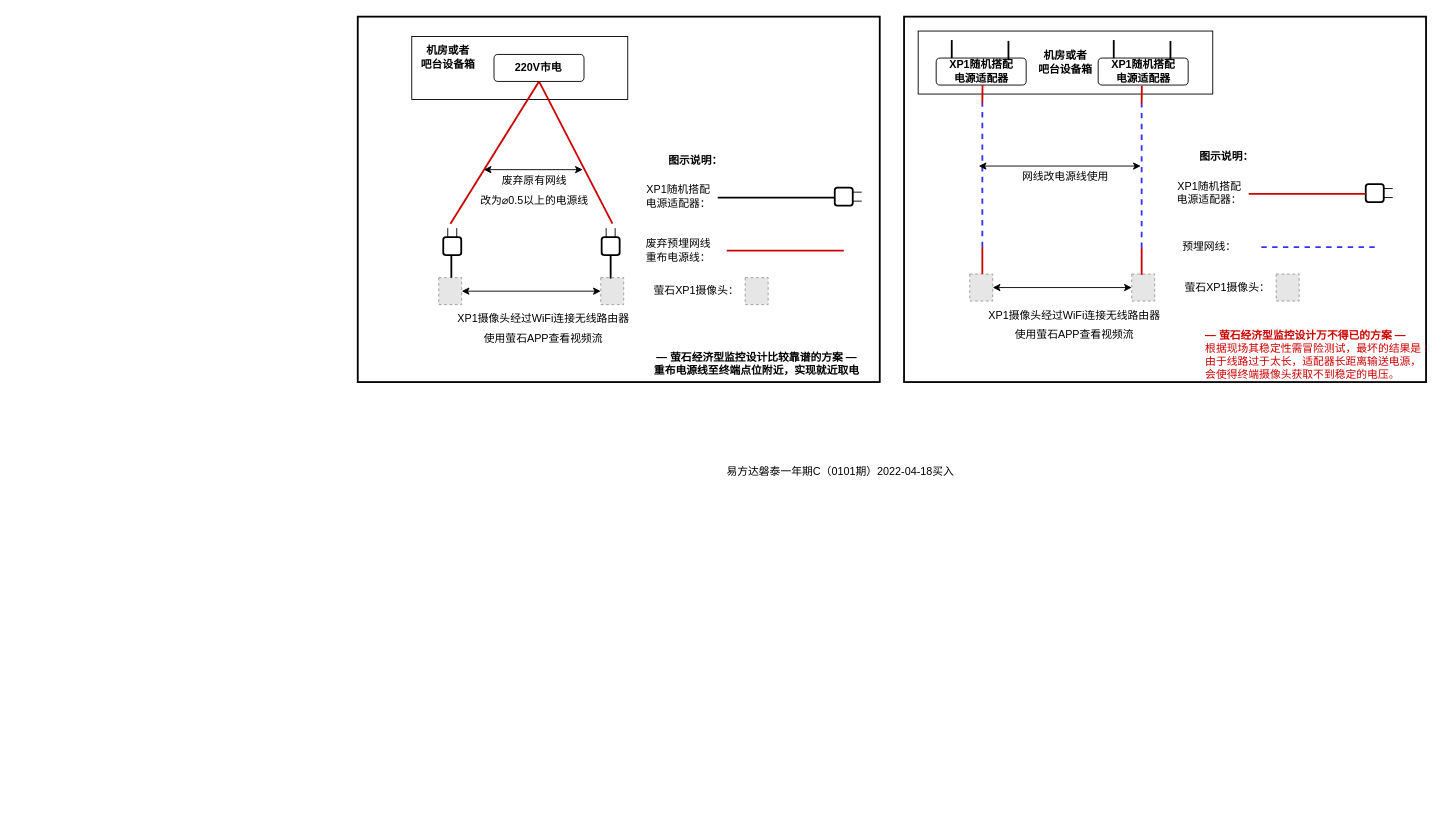
This is 萤石XP1网线当电源线的使用方案.drawio from UTOUUCENTER-CD/Aqara, a draw.io file, before an edit. Source tidied: cells renumbered, new cells numbered last; positions are measured from the earlier drawing's top-left corner, leaving out a move shared by most shapes. Both pictures are drawn from the tidied source at 90%, with x=0, y=0 at pixel (357, 16). Pictures stored in the file or linked from it are replaced by grey dashed boxes.
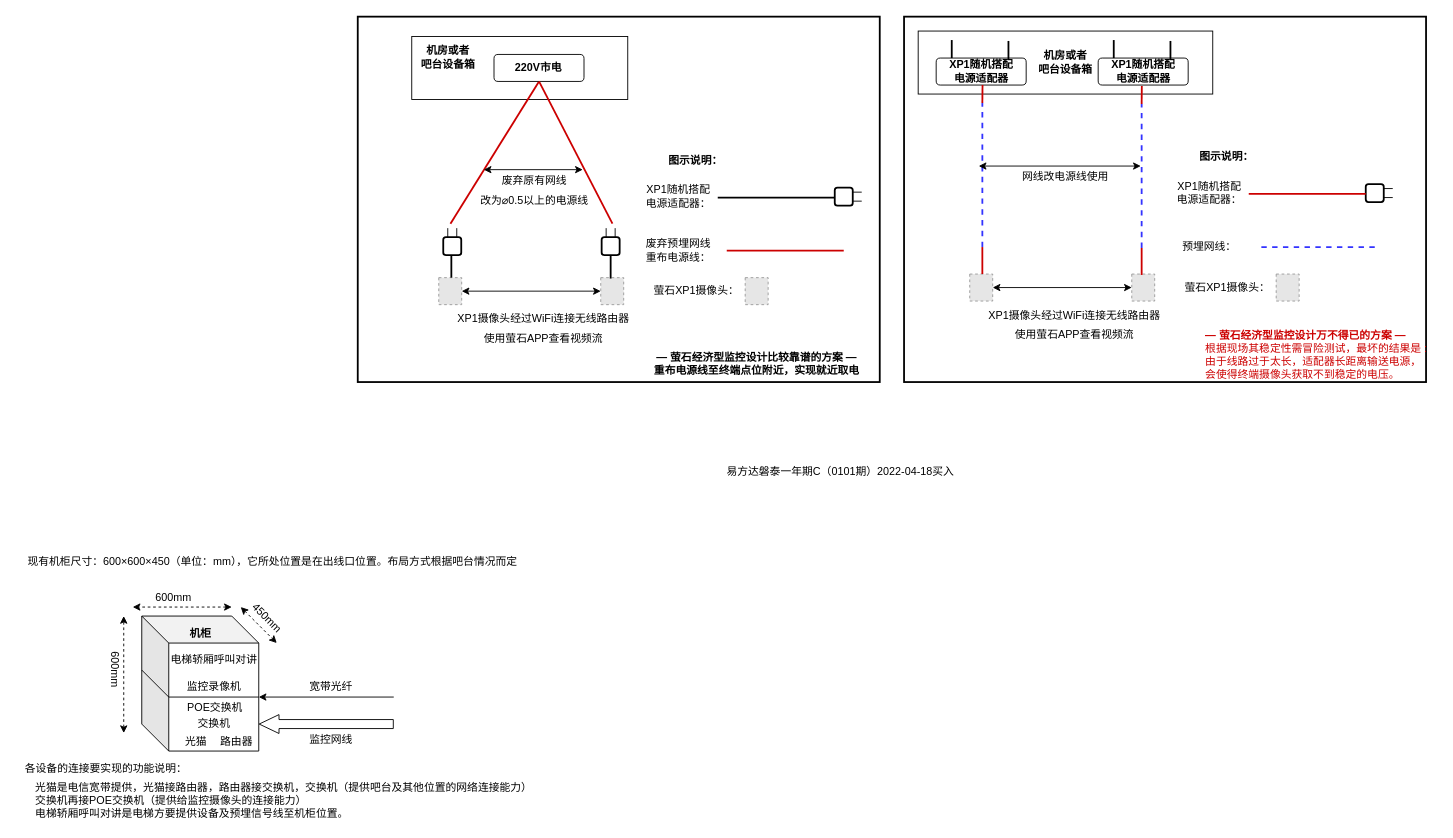
After the change.

Commit message:
Update 萤石XP1网线当电源线的使用方案.drawio

The edit, as a diff of the source:
```diff
@@
+    <mxCell id="70" style="shape=cube;whiteSpace=wrap;html=1;boundedLbl=1;backgroundOutline=1;darkOpacity=0.05;darkOpacity2=0.1;size=30;" parent="1" vertex="1">
+      <mxGeometry x="-240" y="666" width="130" height="150" as="geometry" />
+    </mxCell>
+    <mxCell id="71" style="endArrow=none;html=1;rounded=0;entryX=0;entryY=0;entryDx=130;entryDy=90;entryPerimeter=0;" parent="1" edge="1" target="70">
+      <mxGeometry relative="1" as="geometry">
+        <mxPoint x="-210" y="756" as="sourcePoint" />
+      </mxGeometry>
+    </mxCell>
+    <mxCell id="72" style="endArrow=none;html=1;rounded=0;exitX=0;exitY=0;exitDx=0;exitDy=60;exitPerimeter=0;" parent="1" edge="1" source="70">
+      <mxGeometry relative="1" as="geometry">
+        <mxPoint x="-210" y="756" as="targetPoint" />
+      </mxGeometry>
+    </mxCell>
+    <mxCell id="73" value="&lt;b&gt;机柜&lt;/b&gt;" style="text;html=1;align=center;verticalAlign=middle;strokeColor=none;fillColor=none;" parent="1" vertex="1">
+      <mxGeometry x="-195" y="676" width="40" height="20" as="geometry" />
+    </mxCell>
+    <mxCell id="74" value="宽带光纤" style="text;html=1;align=center;verticalAlign=middle;strokeColor=none;fillColor=none;" parent="1" vertex="1">
+      <mxGeometry x="-60" y="735" width="60" height="20" as="geometry" />
+    </mxCell>
+    <mxCell id="75" style="shape=flexArrow;endArrow=classic;html=1;rounded=0;endWidth=10;endSize=7;" parent="1" edge="1">
+      <mxGeometry relative="1" as="geometry">
+        <mxPoint x="40" y="786" as="sourcePoint" />
+        <mxPoint x="-110" y="786" as="targetPoint" />
+      </mxGeometry>
+    </mxCell>
+    <mxCell id="76" value="监控网线" style="text;html=1;align=center;verticalAlign=middle;strokeColor=none;fillColor=none;" parent="1" vertex="1">
+      <mxGeometry x="-60" y="794" width="60" height="20" as="geometry" />
+    </mxCell>
+    <mxCell id="77" style="endArrow=classic;html=1;rounded=0;entryX=0;entryY=0;entryDx=130;entryDy=90;entryPerimeter=0;" parent="1" edge="1" target="70">
+      <mxGeometry relative="1" as="geometry">
+        <mxPoint x="40" y="756" as="sourcePoint" />
+      </mxGeometry>
+    </mxCell>
+    <mxCell id="78" value="监控录像机" style="text;html=1;align=center;verticalAlign=middle;strokeColor=none;fillColor=none;" parent="1" vertex="1">
+      <mxGeometry x="-200" y="735" width="80" height="20" as="geometry" />
+    </mxCell>
+    <mxCell id="79" value="交换机" style="text;html=1;align=center;verticalAlign=middle;strokeColor=none;fillColor=none;" parent="1" vertex="1">
+      <mxGeometry x="-185" y="776" width="50" height="20" as="geometry" />
+    </mxCell>
+    <mxCell id="80" value="路由器" style="text;html=1;align=center;verticalAlign=middle;strokeColor=none;fillColor=none;" parent="1" vertex="1">
+      <mxGeometry x="-160" y="796" width="50" height="20" as="geometry" />
+    </mxCell>
+    <mxCell id="81" value="光猫" style="text;html=1;align=center;verticalAlign=middle;strokeColor=none;fillColor=none;" parent="1" vertex="1">
+      <mxGeometry x="-200" y="796" width="40" height="20" as="geometry" />
+    </mxCell>
+    <mxCell id="82" value="电梯轿厢呼叫对讲" style="text;html=1;align=center;verticalAlign=middle;strokeColor=none;fillColor=none;" parent="1" vertex="1">
+      <mxGeometry x="-215" y="705" width="110" height="20" as="geometry" />
+    </mxCell>
+    <mxCell id="83" value="光猫是电信宽带提供，光猫接路由器，路由器接交换机，交换机（提供吧台及其他位置的网络连接能力）&lt;br&gt;交换机再接POE交换机（提供给监控摄像头的连接能力）&lt;br&gt;电梯轿厢呼叫对讲是电梯方要提供设备及预埋信号线至机柜位置。" style="text;html=1;align=left;verticalAlign=middle;strokeColor=none;fillColor=none;" parent="1" vertex="1">
+      <mxGeometry x="-360" y="846" width="570" height="50" as="geometry" />
+    </mxCell>
+    <mxCell id="84" value="POE交换机" style="text;html=1;align=center;verticalAlign=middle;strokeColor=none;fillColor=none;" parent="1" vertex="1">
+      <mxGeometry x="-199" y="758" width="80" height="20" as="geometry" />
+    </mxCell>
+    <mxCell id="85" value="各设备的连接要实现的功能说明：" style="text;html=1;align=center;verticalAlign=middle;strokeColor=none;fillColor=none;" parent="1" vertex="1">
+      <mxGeometry x="-380" y="826" width="200" height="20" as="geometry" />
+    </mxCell>
+    <mxCell id="86" style="endArrow=classic;startArrow=classic;html=1;rounded=0;dashed=1;" parent="1" edge="1">
+      <mxGeometry relative="1" as="geometry">
+        <mxPoint x="-260" y="796" as="sourcePoint" />
+        <mxPoint x="-260" y="666" as="targetPoint" />
+      </mxGeometry>
+    </mxCell>
+    <mxCell id="87" style="endArrow=classic;startArrow=classic;html=1;rounded=0;dashed=1;" parent="1" edge="1">
+      <mxGeometry relative="1" as="geometry">
+        <mxPoint x="-140" y="656" as="sourcePoint" />
+        <mxPoint x="-250" y="656" as="targetPoint" />
+      </mxGeometry>
+    </mxCell>
+    <mxCell id="88" style="endArrow=classic;startArrow=classic;html=1;rounded=0;dashed=1;" parent="1" edge="1">
+      <mxGeometry relative="1" as="geometry">
+        <mxPoint x="-130" y="656" as="sourcePoint" />
+        <mxPoint x="-90" y="696" as="targetPoint" />
+      </mxGeometry>
+    </mxCell>
+    <mxCell id="89" value="600mm" style="text;html=1;align=center;verticalAlign=middle;strokeColor=none;fillColor=none;" parent="1" vertex="1">
+      <mxGeometry x="-235" y="636" width="60" height="20" as="geometry" />
+    </mxCell>
+    <mxCell id="90" value="600mm" style="text;html=1;align=center;verticalAlign=middle;strokeColor=none;fillColor=none;rotation=90;" parent="1" vertex="1">
+      <mxGeometry x="-300" y="715" width="60" height="20" as="geometry" />
+    </mxCell>
+    <mxCell id="91" value="450mm" style="text;html=1;align=center;verticalAlign=middle;strokeColor=none;fillColor=none;rotation=45;" parent="1" vertex="1">
+      <mxGeometry x="-131" y="658" width="60" height="20" as="geometry" />
+    </mxCell>
+    <mxCell id="92" value="现有机柜尺寸：600×600×450（单位：mm），它所处位置是在出线口位置。布局方式根据吧台情况而定" style="text;html=1;align=center;verticalAlign=middle;strokeColor=none;fillColor=none;" parent="1" vertex="1">
+      <mxGeometry x="-380" y="596" width="570" height="20" as="geometry" />
+    </mxCell>
```
